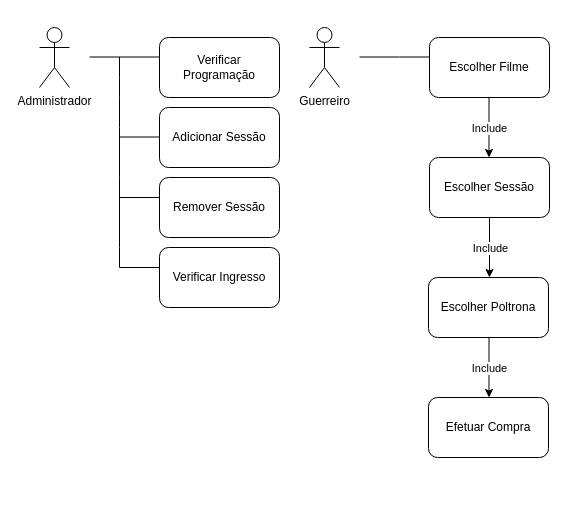
RaphaLevy/linguagem-de-programacao-A1 keeps this draw.io diagram as diagramas/Untitled Diagram.drawio. Above is the earlier version. Source tidied: cells renumbered, new cells numbered last; positions are measured from the earlier drawing's top-left corner, leaving out a move shared by most shapes. Both pictures are drawn from the tidied source at 100%, with x=0, y=0 at pixel (39, 27).
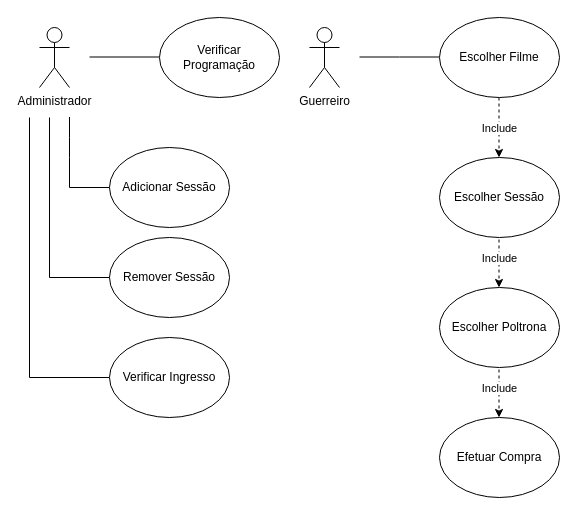
After the change.

Commit message:
Diagrama Casos de Uso.drawio

Diff of the diagram source:
```diff
@@
-    <mxCell id="4" value="Verificar Programação" style="rounded=1;whiteSpace=wrap;html=1;" parent="1" vertex="1">
-      <mxGeometry x="120" y="10" width="120" height="60" as="geometry" />
-    </mxCell>
@@
     <mxCell id="6" style="endArrow=none;html=1;" parent="1" edge="1">
       <mxGeometry relative="1" as="geometry">
-        <mxPoint x="80" y="29.5" as="sourcePoint" />
-        <mxPoint x="80" y="100" as="targetPoint" />
+        <mxPoint x="30" y="89.5" as="sourcePoint" />
+        <mxPoint x="30" y="160" as="targetPoint" />
         <Array as="points">
-          <mxPoint x="80" y="60" />
+          <mxPoint x="30" y="120" />
         </Array>
       </mxGeometry>
     </mxCell>
-    <mxCell id="7" style="endArrow=none;html=1;" parent="1" edge="1">
-      <mxGeometry relative="1" as="geometry">
-        <mxPoint x="80" y="150" as="sourcePoint" />
-        <mxPoint x="80" y="100" as="targetPoint" />
-      </mxGeometry>
-    </mxCell>
-    <mxCell id="8" style="endArrow=none;html=1;" parent="1" edge="1">
-      <mxGeometry relative="1" as="geometry">
-        <mxPoint x="80" y="109.5" as="sourcePoint" />
-        <mxPoint x="120" y="109.5" as="targetPoint" />
-      </mxGeometry>
-    </mxCell>
-    <mxCell id="9" value="Adicionar Sessão" style="rounded=1;whiteSpace=wrap;html=1;" parent="1" vertex="1">
-      <mxGeometry x="120" y="80" width="120" height="60" as="geometry" />
-    </mxCell>
-    <mxCell id="10" style="endArrow=none;html=1;" parent="1" edge="1">
-      <mxGeometry relative="1" as="geometry">
-        <mxPoint x="80" y="150" as="sourcePoint" />
-        <mxPoint x="80" y="180" as="targetPoint" />
-      </mxGeometry>
-    </mxCell>
     <mxCell id="11" style="endArrow=none;html=1;" parent="1" edge="1">
       <mxGeometry relative="1" as="geometry">
-        <mxPoint x="80" y="170" as="sourcePoint" />
-        <mxPoint x="120" y="170" as="targetPoint" />
+        <mxPoint x="30" y="160" as="sourcePoint" />
+        <mxPoint x="70" y="160" as="targetPoint" />
       </mxGeometry>
     </mxCell>
-    <mxCell id="12" value="Remover Sessão" style="rounded=1;whiteSpace=wrap;html=1;" parent="1" vertex="1">
-      <mxGeometry x="120" y="150" width="120" height="60" as="geometry" />
-    </mxCell>
-    <mxCell id="13" style="endArrow=none;html=1;" parent="1" edge="1">
-      <mxGeometry relative="1" as="geometry">
-        <mxPoint x="80" y="179.5" as="sourcePoint" />
-        <mxPoint x="80" y="220" as="targetPoint" />
-      </mxGeometry>
-    </mxCell>
-    <mxCell id="14" style="endArrow=none;html=1;" parent="1" edge="1">
-      <mxGeometry relative="1" as="geometry">
-        <mxPoint x="80" y="220" as="sourcePoint" />
-        <mxPoint x="80" y="240" as="targetPoint" />
-      </mxGeometry>
-    </mxCell>
-    <mxCell id="15" style="endArrow=none;html=1;" parent="1" edge="1">
-      <mxGeometry relative="1" as="geometry">
-        <mxPoint x="80" y="240" as="sourcePoint" />
-        <mxPoint x="120" y="240" as="targetPoint" />
-      </mxGeometry>
-    </mxCell>
-    <mxCell id="16" value="Verificar Ingresso" style="rounded=1;whiteSpace=wrap;html=1;" parent="1" vertex="1">
-      <mxGeometry x="120" y="220" width="120" height="60" as="geometry" />
-    </mxCell>
@@
-    <mxCell id="19" value="Escolher Filme" style="rounded=1;whiteSpace=wrap;html=1;" parent="1" vertex="1">
-      <mxGeometry x="390" y="10" width="120" height="60" as="geometry" />
-    </mxCell>
-    <mxCell id="20" style="endArrow=classic;html=1;" parent="1" edge="1">
+    <mxCell id="20" style="endArrow=classic;html=1;dashed=1;" parent="1" edge="1">
       <mxGeometry relative="1" as="geometry">
-        <mxPoint x="449.5" y="70" as="sourcePoint" />
-        <mxPoint x="449.5" y="130" as="targetPoint" />
+        <mxPoint x="459.5" y="70" as="sourcePoint" />
+        <mxPoint x="459.5" y="130" as="targetPoint" />
       </mxGeometry>
     </mxCell>
@@
-    <mxCell id="22" value="Escolher Sessão" style="rounded=1;whiteSpace=wrap;html=1;" parent="1" vertex="1">
-      <mxGeometry x="390" y="130" width="120" height="60" as="geometry" />
-    </mxCell>
-    <mxCell id="23" style="endArrow=classic;html=1;" parent="1" edge="1">
+    <mxCell id="23" style="endArrow=classic;html=1;dashed=1;" parent="1" edge="1">
       <mxGeometry relative="1" as="geometry">
-        <mxPoint x="450" y="190" as="sourcePoint" />
-        <mxPoint x="450" y="250" as="targetPoint" />
+        <mxPoint x="459.5" y="200" as="sourcePoint" />
+        <mxPoint x="459.5" y="260" as="targetPoint" />
       </mxGeometry>
     </mxCell>
@@
-    <mxCell id="25" value="Escolher Poltrona" style="rounded=1;whiteSpace=wrap;html=1;" parent="1" vertex="1">
-      <mxGeometry x="389" y="250" width="120" height="60" as="geometry" />
-    </mxCell>
-    <mxCell id="26" style="endArrow=classic;html=1;" parent="1" edge="1">
+    <mxCell id="26" style="endArrow=classic;html=1;dashed=1;" parent="1" edge="1">
       <mxGeometry relative="1" as="geometry">
-        <mxPoint x="449.5" y="310" as="sourcePoint" />
-        <mxPoint x="449.5" y="370" as="targetPoint" />
+        <mxPoint x="459.5" y="330" as="sourcePoint" />
+        <mxPoint x="459.5" y="390" as="targetPoint" />
       </mxGeometry>
     </mxCell>
@@
+    <mxCell id="4" value="Verificar Programação" style="ellipse;whiteSpace=wrap;html=1;" parent="1" vertex="1">
+      <mxGeometry x="120" y="-10" width="120" height="80" as="geometry" />
+    </mxCell>
+    <mxCell id="9" value="Adicionar Sessão" style="ellipse;whiteSpace=wrap;html=1;" parent="1" vertex="1">
+      <mxGeometry x="70" y="120" width="120" height="80" as="geometry" />
+    </mxCell>
+    <mxCell id="12" value="Remover Sessão" style="ellipse;whiteSpace=wrap;html=1;" parent="1" vertex="1">
+      <mxGeometry x="70" y="210" width="120" height="80" as="geometry" />
+    </mxCell>
+    <mxCell id="29" style="endArrow=none;html=1;" parent="1" edge="1">
+      <mxGeometry relative="1" as="geometry">
+        <mxPoint x="10" y="250" as="sourcePoint" />
+        <mxPoint x="10" y="90" as="targetPoint" />
+      </mxGeometry>
+    </mxCell>
+    <mxCell id="30" style="endArrow=none;html=1;" parent="1" edge="1">
+      <mxGeometry relative="1" as="geometry">
+        <mxPoint x="10" y="250" as="sourcePoint" />
+        <mxPoint x="70" y="250" as="targetPoint" />
+      </mxGeometry>
+    </mxCell>
+    <mxCell id="31" style="endArrow=none;html=1;" parent="1" edge="1">
+      <mxGeometry relative="1" as="geometry">
+        <mxPoint x="-10" y="310" as="sourcePoint" />
+        <mxPoint x="-10" y="90" as="targetPoint" />
+      </mxGeometry>
+    </mxCell>
+    <mxCell id="32" style="endArrow=none;html=1;" parent="1" edge="1">
+      <mxGeometry relative="1" as="geometry">
+        <mxPoint x="-10" y="350" as="sourcePoint" />
+        <mxPoint x="-10" y="290" as="targetPoint" />
+      </mxGeometry>
+    </mxCell>
+    <mxCell id="33" style="endArrow=none;html=1;" parent="1" edge="1">
+      <mxGeometry relative="1" as="geometry">
+        <mxPoint x="-10" y="350" as="sourcePoint" />
+        <mxPoint x="70" y="350" as="targetPoint" />
+      </mxGeometry>
+    </mxCell>
+    <mxCell id="16" value="Verificar Ingresso" style="ellipse;whiteSpace=wrap;html=1;" parent="1" vertex="1">
+      <mxGeometry x="70" y="310" width="120" height="80" as="geometry" />
+    </mxCell>
+    <mxCell id="19" value="Escolher Filme" style="ellipse;whiteSpace=wrap;html=1;" parent="1" vertex="1">
+      <mxGeometry x="400" y="-10" width="120" height="80" as="geometry" />
+    </mxCell>
+    <mxCell id="22" value="Escolher Sessão" style="ellipse;whiteSpace=wrap;html=1;" parent="1" vertex="1">
+      <mxGeometry x="400" y="130" width="120" height="80" as="geometry" />
+    </mxCell>
+    <mxCell id="25" value="Escolher Poltrona" style="ellipse;whiteSpace=wrap;html=1;" parent="1" vertex="1">
+      <mxGeometry x="400" y="260" width="120" height="80" as="geometry" />
+    </mxCell>
-    <mxCell id="28" value="Efetuar Compra" style="rounded=1;whiteSpace=wrap;html=1;" parent="1" vertex="1">
-      <mxGeometry x="389" y="370" width="120" height="60" as="geometry" />
+    <mxCell id="28" value="Efetuar Compra" style="ellipse;whiteSpace=wrap;html=1;" parent="1" vertex="1">
+      <mxGeometry x="400" y="390" width="120" height="80" as="geometry" />
     </mxCell>
```
